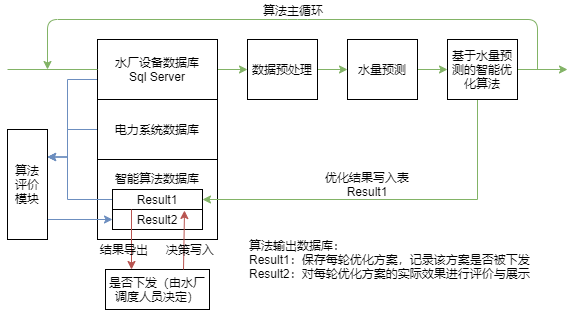
Before: project_structure.png, a diagram exported from draw.io (MAZiqing/ai_water_quality_yizhuang). Source tidied: cells renumbered, new cells last; positions are measured from the earlier drawing's top-left corner, leaving out a move shared by most shapes.
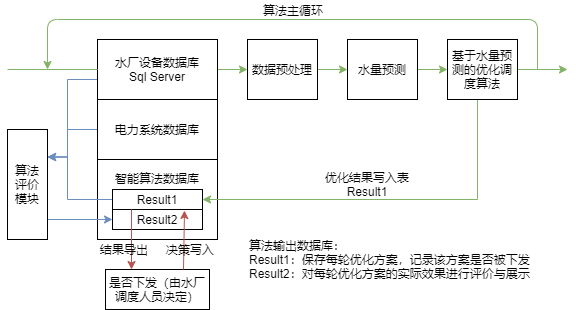
After the commit.

What changed in the source:
```diff
@@ -73,7 +73,7 @@
         <mxPoint x="560" y="69" as="targetPoint" />
       </mxGeometry>
     </mxCell>
-    <mxCell id="17" value="基于水量预测的智能优化算法" style="rounded=0;whiteSpace=wrap;html=1;" parent="1" vertex="1">
+    <mxCell id="17" value="基于水量预测的优化调度算法" style="rounded=0;whiteSpace=wrap;html=1;" parent="1" vertex="1">
       <mxGeometry x="440" y="39" width="70" height="60" as="geometry" />
     </mxCell>
     <mxCell id="18" style="endArrow=none;html=1;fillColor=#d5e8d4;strokeColor=#82b366;" parent="1" edge="1">
```
